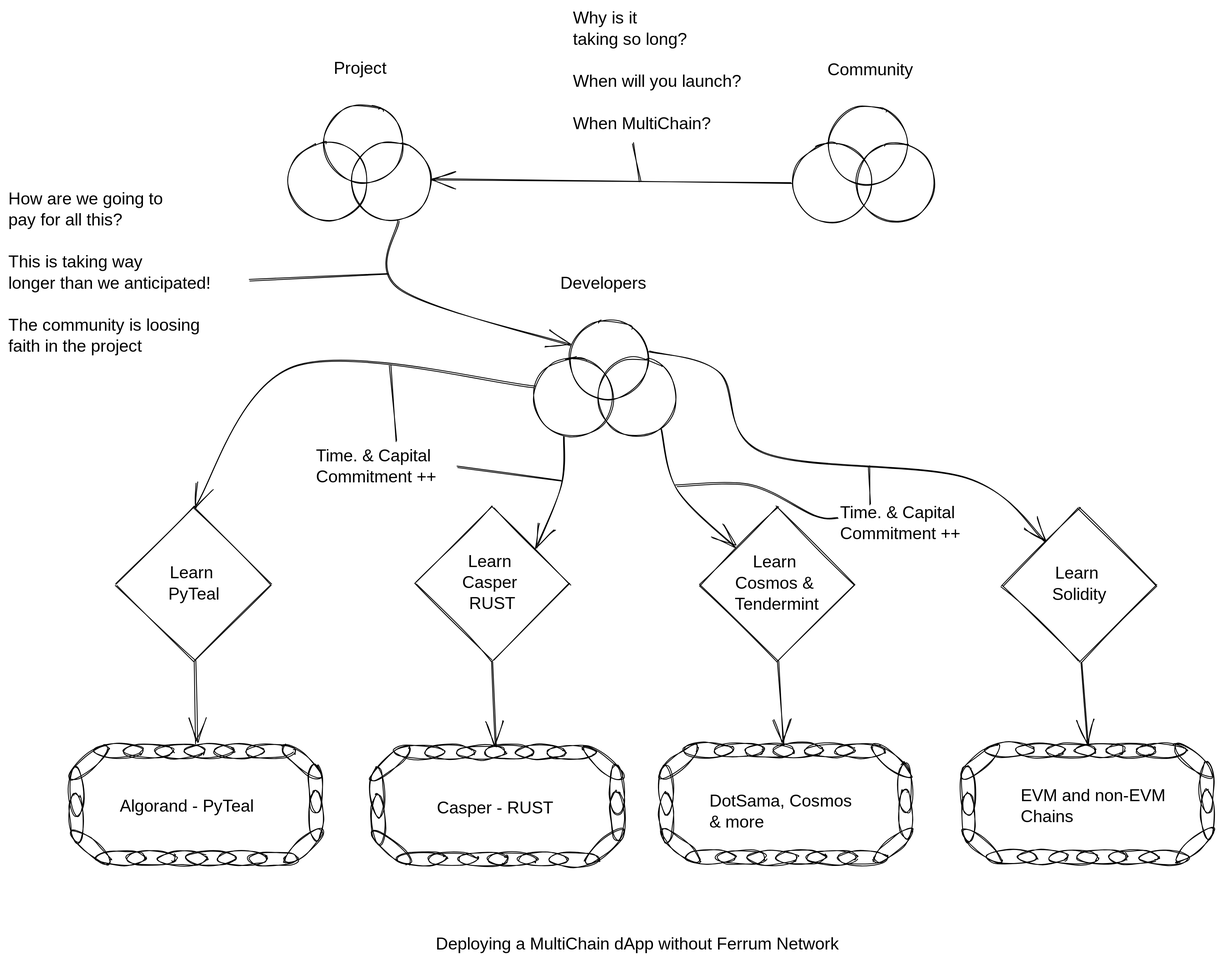
The Excalidraw diagram .gitbook/assets/file.drawing (1).svg in ferrumnet/ferrum-network-whitepaper, before a commit. Source tidied: one line per element, renumbered; positions are measured from the earlier drawing's top-left corner, leaving out a move shared by most shapes.
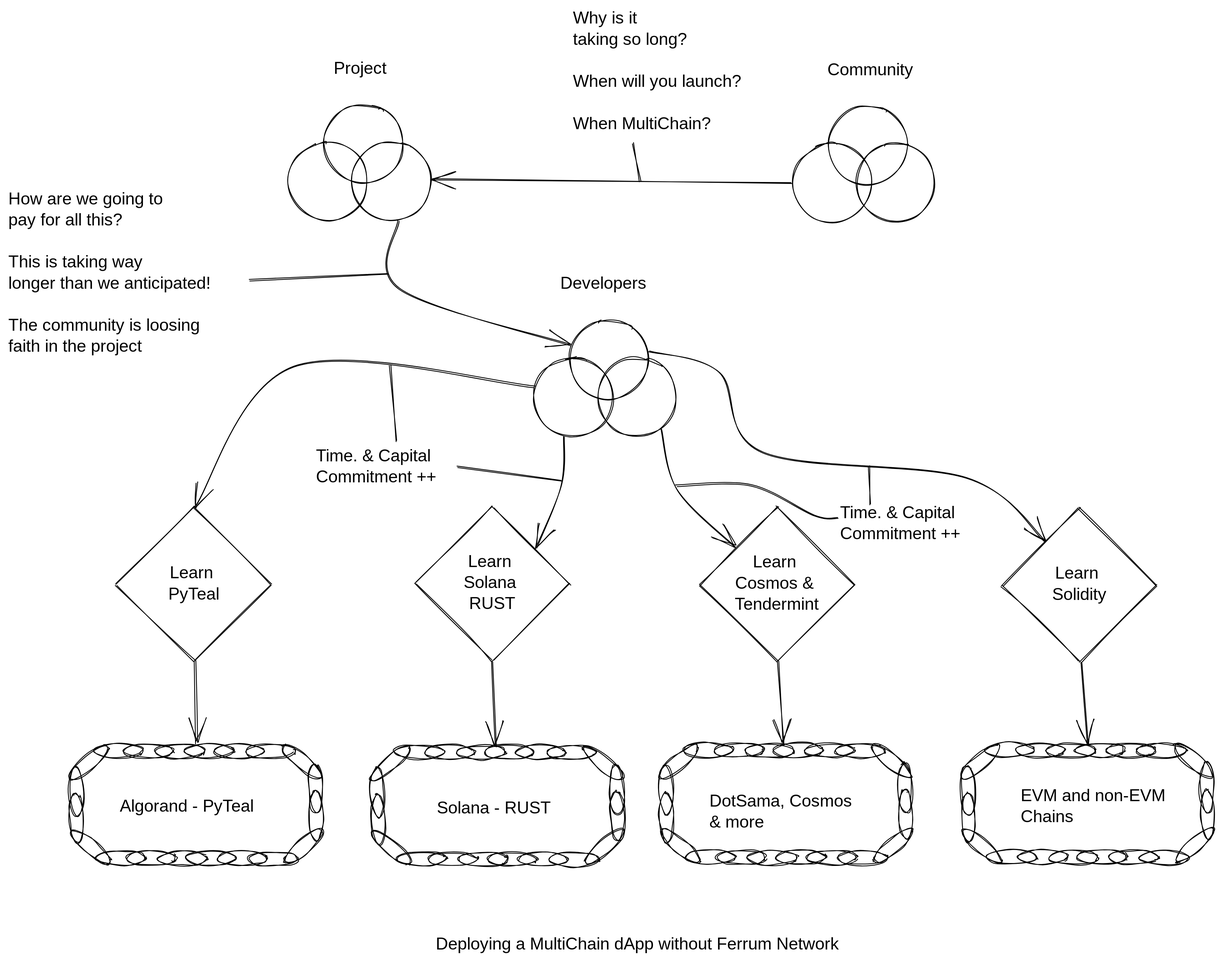
The same diagram one commit later.

The edit, as a diff of the source:
```diff
@@ -68,7 +68,7 @@
 {"id": 67, "type": "ellipse", "strokeColor": "#000000", "angle": 4.0, "strokeWidth": 1, "roughness": 1, "x": 699, "y": 965, "width": 17, "height": 60}
 {"id": 68, "type": "ellipse", "strokeColor": "#000000", "angle": 6.25, "strokeWidth": 1, "roughness": 1, "x": 713, "y": 896, "width": 17, "height": 60}
 {"id": 69, "type": "ellipse", "strokeColor": "#000000", "angle": 6.25, "strokeWidth": 1, "roughness": 1, "x": 713, "y": 928, "width": 17, "height": 60}
-{"id": 70, "type": "text", "text": "Casper - RUST", "strokeColor": "#000000", "strokeWidth": 1, "roughness": 1, "fontSize": 20, "fontFamily": 1, "x": 508, "y": 937, "width": 152, "height": 25}
+{"id": 70, "type": "text", "text": "Solana - RUST", "strokeColor": "#000000", "strokeWidth": 1, "roughness": 1, "fontSize": 20, "fontFamily": 1, "x": 508, "y": 937, "width": 150, "height": 25}
 {"id": 71, "type": "ellipse", "strokeColor": "#000000", "angle": 1.56, "strokeWidth": 1, "roughness": 1, "x": 1359, "y": 850, "width": 17, "height": 60}
 {"id": 72, "type": "ellipse", "strokeColor": "#000000", "angle": 1.56, "strokeWidth": 1, "roughness": 1, "x": 1362, "y": 978, "width": 17, "height": 60}
 {"id": 73, "type": "ellipse", "strokeColor": "#000000", "angle": 1.56, "strokeWidth": 1, "roughness": 1, "x": 1252, "y": 850, "width": 17, "height": 60}
@@ -97,7 +97,7 @@
 {"id": 96, "type": "diamond", "strokeColor": "#000000", "strokeWidth": 1, "roughness": 1, "x": 128, "y": 592, "width": 183, "height": 183}
 {"id": 97, "type": "text", "text": "Learn \nCosmos & \nTendermint", "strokeColor": "#000000", "strokeWidth": 1, "roughness": 1, "fontSize": 20, "fontFamily": 1, "textAlign": "center", "verticalAlign": "middle", "inside": 93, "x": 825, "y": 645, "width": 173, "height": 75}
 {"id": 98, "type": "text", "text": "Learn \nSolidity", "strokeColor": "#000000", "strokeWidth": 1, "roughness": 1, "fontSize": 20, "fontFamily": 1, "textAlign": "center", "verticalAlign": "middle", "inside": 94, "x": 1183, "y": 658, "width": 173, "height": 50}
-{"id": 99, "type": "text", "text": "Learn \nCasper \nRUST", "strokeColor": "#000000", "strokeWidth": 1, "roughness": 1, "fontSize": 20, "fontFamily": 1, "textAlign": "center", "verticalAlign": "middle", "inside": 95, "x": 487, "y": 644, "width": 173, "height": 75}
+{"id": 99, "type": "text", "text": "Learn \nSolana \nRUST", "strokeColor": "#000000", "strokeWidth": 1, "roughness": 1, "fontSize": 20, "fontFamily": 1, "textAlign": "center", "verticalAlign": "middle", "inside": 95, "x": 487, "y": 644, "width": 173, "height": 75}
 {"id": 100, "type": "text", "text": "Learn \nPyTeal", "strokeColor": "#000000", "strokeWidth": 1, "roughness": 1, "fontSize": 20, "fontFamily": 1, "textAlign": "center", "verticalAlign": "middle", "inside": 96, "x": 133, "y": 658, "width": 173, "height": 50}
 {"id": 101, "type": "arrow", "strokeColor": "#000000", "strokeWidth": 1, "roughness": 1, "endArrowhead": "arrow", "from": 0, "to": 96, "x": 624, "y": 449, "width": 404, "height": 167, "points": [[0, 0], [-286, -24], [-404, 143]]}
 {"id": 102, "type": "arrow", "strokeColor": "#000000", "strokeWidth": 1, "roughness": 1, "endArrowhead": "arrow", "from": 96, "to": 16, "x": 221, "y": 774, "width": 2, "height": 98, "points": [[0, 0], [2, 98]]}
```
